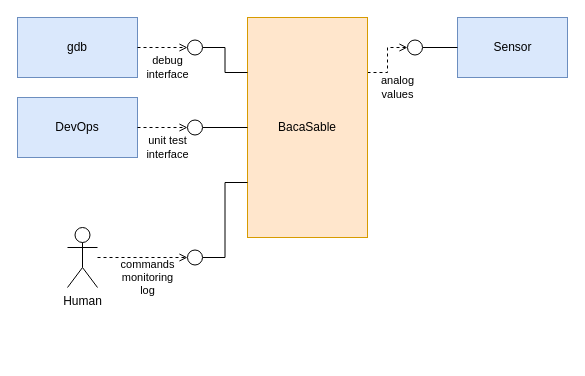
The draw.io diagram 01_Analysis/images/Technical_context.drawio in KureciPlatek/Project_BacaSable, before the edit. Source tidied: cells renumbered, new cells numbered last; positions are measured from the earlier drawing's top-left corner, leaving out a move shared by most shapes. Both pictures are drawn from the tidied source at 100%, with x=0, y=0 at pixel (17, 17).
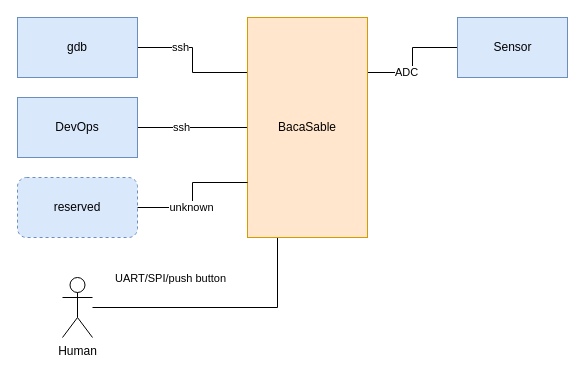
The same diagram, later.

Commit message (it also covers changes not shown here):
Fixed system scope and context

Change to the diagram source:
```diff
@@
 <mxGraphModel>
   <root>
     <mxCell id="0" />
     <mxCell id="1" parent="0" />
-    <mxCell id="2" value="analog&lt;br&gt;values" style="edgeStyle=orthogonalEdgeStyle;rounded=0;jettySize=auto;html=1;exitX=1;exitY=0.25;exitDx=0;exitDy=0;entryX=0;entryY=0.5;entryDx=0;entryDy=0;startArrow=none;startFill=0;endArrow=open;endFill=0;dashed=1;" parent="1" edge="1" source="3" target="13">
-      <mxGeometry x="-0.38" y="-18" relative="1" as="geometry">
-        <mxPoint x="-8" y="15" as="offset" />
-      </mxGeometry>
-    </mxCell>
+    <mxCell id="8" style="edgeStyle=orthogonalEdgeStyle;rounded=0;jettySize=auto;html=1;startArrow=none;startFill=0;endArrow=none;endFill=0;exitX=1;exitY=0.5;exitDx=0;exitDy=0;entryX=0;entryY=0.5;entryDx=0;entryDy=0;" parent="1" edge="1" source="5" target="3">
+      <mxGeometry relative="1" as="geometry" />
+    </mxCell>
+    <mxCell id="19" value="ssh" style="edgeLabel;html=1;align=center;verticalAlign=middle;" parent="8" vertex="1">
+      <mxGeometry x="-0.21" y="1" relative="1" as="geometry" />
+    </mxCell>
+    <mxCell id="10" style="edgeStyle=orthogonalEdgeStyle;rounded=0;jettySize=auto;html=1;entryX=0;entryY=0.25;entryDx=0;entryDy=0;startArrow=none;startFill=0;endArrow=none;endFill=0;exitX=1;exitY=0.5;exitDx=0;exitDy=0;" parent="1" edge="1" source="4" target="3">
+      <mxGeometry relative="1" as="geometry" />
+    </mxCell>
+    <mxCell id="20" value="ssh" style="edgeLabel;html=1;align=center;verticalAlign=middle;" parent="10" vertex="1">
+      <mxGeometry x="-0.38" y="1" relative="1" as="geometry" />
+    </mxCell>
+    <mxCell id="12" style="edgeStyle=orthogonalEdgeStyle;rounded=0;jettySize=auto;html=1;exitX=1;exitY=0.25;exitDx=0;exitDy=0;entryX=0;entryY=0.5;entryDx=0;entryDy=0;startArrow=none;startFill=0;endArrow=none;endFill=0;" parent="1" edge="1" source="3" target="7">
+      <mxGeometry relative="1" as="geometry" />
+    </mxCell>
+    <mxCell id="21" value="ADC" style="edgeLabel;html=1;align=center;verticalAlign=middle;" parent="12" vertex="1">
+      <mxGeometry x="-0.34" y="1" relative="1" as="geometry" />
+    </mxCell>
+    <mxCell id="16" style="edgeStyle=orthogonalEdgeStyle;rounded=0;jettySize=auto;html=1;entryX=0.25;entryY=1;entryDx=0;entryDy=0;startArrow=none;startFill=0;endArrow=none;endFill=0;" parent="1" edge="1" source="6" target="3">
+      <mxGeometry relative="1" as="geometry" />
+    </mxCell>
+    <mxCell id="22" value="UART/SPI/push button" style="edgeLabel;html=1;align=center;verticalAlign=middle;" parent="16" vertex="1">
+      <mxGeometry x="-0.49" y="1" relative="1" as="geometry">
+        <mxPoint x="12" y="-29" as="offset" />
+      </mxGeometry>
+    </mxCell>
     <mxCell id="3" value="&lt;div&gt;BacaSable&lt;/div&gt;" style="rounded=0;whiteSpace=wrap;html=1;fillColor=#ffe6cc;strokeColor=#d79b00;" parent="1" vertex="1">
       <mxGeometry x="230" width="120" height="220" as="geometry" />
     </mxCell>
     <mxCell id="4" value="&lt;div&gt;gdb&lt;/div&gt;" style="rounded=0;whiteSpace=wrap;html=1;fillColor=#dae8fc;strokeColor=#6c8ebf;" parent="1" vertex="1">
       <mxGeometry width="120" height="60" as="geometry" />
     </mxCell>
     <mxCell id="5" value="&lt;div&gt;DevOps&lt;/div&gt;" style="rounded=0;whiteSpace=wrap;html=1;fillColor=#dae8fc;strokeColor=#6c8ebf;" parent="1" vertex="1">
       <mxGeometry y="80" width="120" height="60" as="geometry" />
     </mxCell>
     <mxCell id="6" value="Human" style="shape=umlActor;verticalLabelPosition=bottom;verticalAlign=top;html=1;outlineConnect=0;" parent="1" vertex="1">
-      <mxGeometry x="50" y="210" width="30" height="60" as="geometry" />
+      <mxGeometry x="45" y="260" width="30" height="60" as="geometry" />
     </mxCell>
     <mxCell id="7" value="Sensor" style="html=1;fillColor=#dae8fc;strokeColor=#6c8ebf;" parent="1" vertex="1">
       <mxGeometry x="440" width="110" height="60" as="geometry" />
     </mxCell>
-    <mxCell id="8" style="edgeStyle=orthogonalEdgeStyle;rounded=0;jettySize=auto;html=1;startArrow=none;startFill=0;endArrow=none;endFill=0;" parent="1" edge="1" source="9" target="3">
-      <mxGeometry relative="1" as="geometry" />
-    </mxCell>
-    <mxCell id="9" style="ellipse;whiteSpace=wrap;html=1;" parent="1" vertex="1">
-      <mxGeometry x="170" y="102.5" width="15" height="15" as="geometry" />
-    </mxCell>
-    <mxCell id="10" style="edgeStyle=orthogonalEdgeStyle;rounded=0;jettySize=auto;html=1;exitX=1;exitY=0.5;exitDx=0;exitDy=0;entryX=0;entryY=0.25;entryDx=0;entryDy=0;startArrow=none;startFill=0;endArrow=none;endFill=0;" parent="1" edge="1" source="11" target="3">
-      <mxGeometry relative="1" as="geometry" />
-    </mxCell>
-    <mxCell id="11" style="ellipse;whiteSpace=wrap;html=1;" parent="1" vertex="1">
-      <mxGeometry x="170" y="22.5" width="15" height="15" as="geometry" />
-    </mxCell>
-    <mxCell id="12" style="edgeStyle=orthogonalEdgeStyle;rounded=0;jettySize=auto;html=1;exitX=1;exitY=0.5;exitDx=0;exitDy=0;entryX=0;entryY=0.5;entryDx=0;entryDy=0;startArrow=none;startFill=0;endArrow=none;endFill=0;" parent="1" edge="1" source="13" target="7">
-      <mxGeometry relative="1" as="geometry" />
-    </mxCell>
-    <mxCell id="13" style="ellipse;whiteSpace=wrap;html=1;" parent="1" vertex="1">
-      <mxGeometry x="390" y="22.5" width="15" height="15" as="geometry" />
-    </mxCell>
-    <mxCell id="14" value="debug &lt;br&gt;interface" style="endArrow=open;dashed=1;html=1;rounded=0;exitX=1;exitY=0.5;exitDx=0;exitDy=0;entryX=0;entryY=0.5;entryDx=0;entryDy=0;edgeStyle=orthogonalEdgeStyle;endFill=0;" parent="1" edge="1" source="4" target="11">
-      <mxGeometry x="0.2" y="-20" relative="1" as="geometry" />
-    </mxCell>
-    <mxCell id="15" value="unit test&lt;br&gt;&lt;div&gt;interface&lt;/div&gt;" style="endArrow=open;dashed=1;html=1;rounded=0;exitX=1;exitY=0.5;exitDx=0;exitDy=0;edgeStyle=orthogonalEdgeStyle;endFill=0;entryX=0;entryY=0.5;entryDx=0;entryDy=0;" parent="1" edge="1" source="5" target="9">
-      <mxGeometry x="0.2" y="-20" relative="1" as="geometry" />
-    </mxCell>
-    <mxCell id="16" style="edgeStyle=orthogonalEdgeStyle;rounded=0;jettySize=auto;html=1;exitX=1;exitY=0.5;exitDx=0;exitDy=0;entryX=0;entryY=0.75;entryDx=0;entryDy=0;startArrow=none;startFill=0;endArrow=none;endFill=0;" parent="1" edge="1" source="17" target="3">
-      <mxGeometry relative="1" as="geometry" />
-    </mxCell>
-    <mxCell id="17" style="ellipse;whiteSpace=wrap;html=1;" parent="1" vertex="1">
-      <mxGeometry x="170" y="232.5" width="15" height="15" as="geometry" />
-    </mxCell>
-    <mxCell id="18" value="commands&lt;br&gt;monitoring&lt;br&gt;log" style="endArrow=open;dashed=1;html=1;rounded=0;edgeStyle=orthogonalEdgeStyle;endFill=0;entryX=0;entryY=0.5;entryDx=0;entryDy=0;" parent="1" edge="1" source="6" target="17">
-      <mxGeometry x="0.11" y="-20" relative="1" as="geometry" />
-    </mxCell>
+    <mxCell id="23" value="reserved" style="rounded=1;whiteSpace=wrap;html=1;fillColor=#dae8fc;strokeColor=#6c8ebf;dashed=1;" parent="1" vertex="1">
+      <mxGeometry y="160" width="120" height="60" as="geometry" />
+    </mxCell>
+    <mxCell id="24" style="edgeStyle=orthogonalEdgeStyle;rounded=0;jettySize=auto;html=1;startArrow=none;startFill=0;endArrow=none;endFill=0;exitX=1;exitY=0.5;exitDx=0;exitDy=0;entryX=0;entryY=0.75;entryDx=0;entryDy=0;" parent="1" edge="1" source="23" target="3">
+      <mxGeometry relative="1" as="geometry" />
+    </mxCell>
+    <mxCell id="25" value="unknown" style="edgeLabel;html=1;align=center;verticalAlign=middle;" parent="24" vertex="1">
+      <mxGeometry x="-0.21" y="1" relative="1" as="geometry" />
+    </mxCell>
   </root>
 </mxGraphModel>
```
